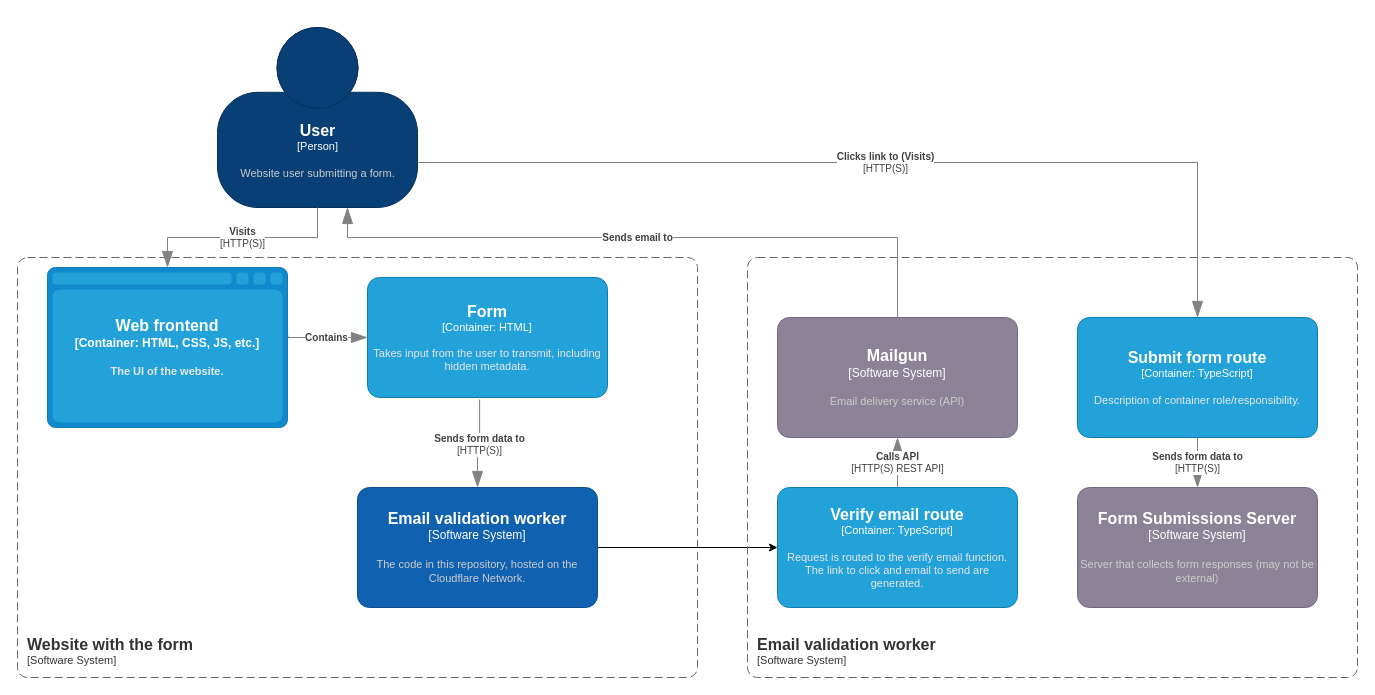
The draw.io diagram assets/cf-email-validator-worker.drawio in workitmakeit/email-validator, before the edit. Source tidied: cells renumbered, new cells numbered last; positions are measured from the earlier drawing's top-left corner, leaving out a move shared by most shapes. Both pictures are drawn from the tidied source at 100%, with x=0, y=0 at pixel (17, 27).
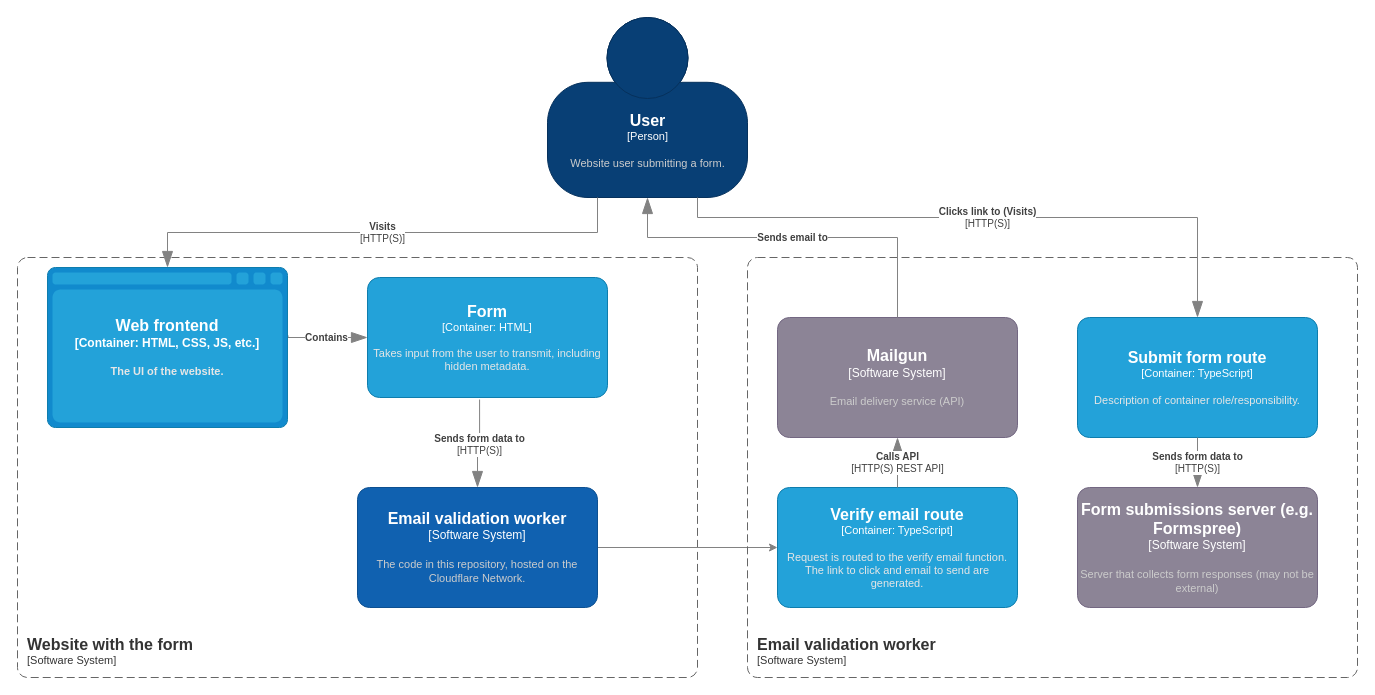
The same diagram, later.

Commit message (it also covers changes not shown here):
improve diagram

The change refers to these unchanged cells:
```xml
<object id="7" label="&lt;font style=&quot;font-size: 16px&quot;&gt;&lt;b&gt;%c4Name%&lt;/b&gt;&lt;/font&gt;&lt;div&gt;[%c4Type%]&lt;/div&gt;&lt;br&gt;&lt;div&gt;&lt;font style=&quot;font-size: 11px&quot;&gt;&lt;font color=&quot;#cccccc&quot;&gt;%c4Description%&lt;/font&gt;&lt;/div&gt;" c4Description="The code in this repository, hosted on the Cloudflare Network." c4Name="Email validation worker" c4Type="Software System" placeholders="1">
  <mxCell style="rounded=1;whiteSpace=wrap;html=1;labelBackgroundColor=none;fillColor=#1061B0;fontColor=#ffffff;align=center;arcSize=10;strokeColor=#0D5091;points=[[0.25,0,0],[0.5,0,0],[0.75,0,0],[1,0.25,0],[1,0.5,0],[1,0.75,0],[0.75,1,0],[0.5,1,0],[0.25,1,0],[0,0.75,0],[0,0.5,0],[0,0.25,0]];" parent="1" vertex="1">
    <mxGeometry x="340" y="460" width="240" height="120" as="geometry" />
  </mxCell>
</object>
<object id="10" label="&lt;font style=&quot;font-size: 16px&quot;&gt;&lt;b&gt;%c4Type%&lt;/font&gt;&lt;div&gt;[%c4Container%:&amp;nbsp;%c4Technology%]&lt;/div&gt;&lt;br&gt;&lt;div&gt;&lt;font style=&quot;font-size: 11px&quot;&gt;&lt;font color=&quot;#E6E6E6&quot;&gt;%c4Description%&lt;/font&gt;&lt;/div&gt;" c4Container="Container" c4Description="The UI of the website." c4Technology="HTML, CSS, JS, etc." c4Type="Web frontend" placeholders="1">
  <mxCell style="shape=mxgraph.c4.webBrowserContainer;whiteSpace=wrap;html=1;boundedLbl=1;rounded=0;labelBackgroundColor=none;fillColor=#118ACD;fontSize=12;fontColor=#ffffff;align=center;strokeColor=#0E7DAD;points=[[0.5,0,0],[1,0.25,0],[1,0.5,0],[1,0.75,0],[0.5,1,0],[0,0.75,0],[0,0.5,0],[0,0.25,0]];" parent="1" vertex="1">
    <mxGeometry x="30" y="240" width="240" height="160" as="geometry" />
  </mxCell>
</object>
<object id="12" label="&lt;font style=&quot;font-size: 16px&quot;&gt;&lt;b&gt;%c4Name%&lt;/b&gt;&lt;/font&gt;&lt;div&gt;[%c4Type%: %c4Technology%]&lt;/div&gt;&lt;br&gt;&lt;div&gt;&lt;font style=&quot;font-size: 11px&quot;&gt;&lt;font color=&quot;#E6E6E6&quot;&gt;%c4Description%&lt;/font&gt;&lt;/div&gt;" c4Description="Request is routed to the verify email function. The link to click and email to send are generated." c4Name="Verify email route" c4Technology="TypeScript" c4Type="Container" placeholders="1">
  <mxCell style="rounded=1;whiteSpace=wrap;html=1;fontSize=11;labelBackgroundColor=none;fillColor=#23A2D9;fontColor=#ffffff;align=center;arcSize=10;strokeColor=#0E7DAD;points=[[0.25,0,0],[0.5,0,0],[0.75,0,0],[1,0.25,0],[1,0.5,0],[1,0.75,0],[0.75,1,0],[0.5,1,0],[0.25,1,0],[0,0.75,0],[0,0.5,0],[0,0.25,0]];" parent="1" vertex="1">
    <mxGeometry x="760" y="460" width="240" height="120" as="geometry" />
  </mxCell>
</object>
<object id="13" label="&lt;font style=&quot;font-size: 16px&quot;&gt;&lt;b&gt;%c4Name%&lt;/b&gt;&lt;/font&gt;&lt;div&gt;[%c4Type%]&lt;/div&gt;&lt;br&gt;&lt;div&gt;&lt;font style=&quot;font-size: 11px&quot;&gt;&lt;font color=&quot;#cccccc&quot;&gt;%c4Description%&lt;/font&gt;&lt;/div&gt;" c4Description="Email delivery service (API)" c4Name="Mailgun" c4Type="Software System" placeholders="1">
  <mxCell style="rounded=1;whiteSpace=wrap;html=1;labelBackgroundColor=none;fillColor=#8C8496;fontColor=#ffffff;align=center;arcSize=10;strokeColor=#736782;points=[[0.25,0,0],[0.5,0,0],[0.75,0,0],[1,0.25,0],[1,0.5,0],[1,0.75,0],[0.75,1,0],[0.5,1,0],[0.25,1,0],[0,0.75,0],[0,0.5,0],[0,0.25,0]];" parent="1" vertex="1">
    <mxGeometry x="760" y="290" width="240" height="120" as="geometry" />
  </mxCell>
</object>
<object id="16" label="&lt;font style=&quot;font-size: 16px&quot;&gt;&lt;b&gt;%c4Name%&lt;/b&gt;&lt;/font&gt;&lt;div&gt;[%c4Type%: %c4Technology%]&lt;/div&gt;&lt;br&gt;&lt;div&gt;&lt;font style=&quot;font-size: 11px&quot;&gt;&lt;font color=&quot;#E6E6E6&quot;&gt;%c4Description%&lt;/font&gt;&lt;/div&gt;" c4Description="Description of container role/responsibility." c4Name="Submit form route" c4Technology="TypeScript" c4Type="Container" placeholders="1">
  <mxCell style="rounded=1;whiteSpace=wrap;html=1;fontSize=11;labelBackgroundColor=none;fillColor=#23A2D9;fontColor=#ffffff;align=center;arcSize=10;strokeColor=#0E7DAD;points=[[0.25,0,0],[0.5,0,0],[0.75,0,0],[1,0.25,0],[1,0.5,0],[1,0.75,0],[0.75,1,0],[0.5,1,0],[0.25,1,0],[0,0.75,0],[0,0.5,0],[0,0.25,0]];" parent="1" vertex="1">
    <mxGeometry x="1060" y="290" width="240" height="120" as="geometry" />
  </mxCell>
</object>
```

The edit, as a diff of the source:
```diff
@@
     <object id="2" label="&lt;font style=&quot;font-size: 16px&quot;&gt;&lt;b&gt;%c4Name%&lt;/b&gt;&lt;/font&gt;&lt;div&gt;[%c4Type%]&lt;/div&gt;&lt;br&gt;&lt;div&gt;&lt;font style=&quot;font-size: 11px&quot;&gt;&lt;font color=&quot;#cccccc&quot;&gt;%c4Description%&lt;/font&gt;&lt;/div&gt;" c4Description="Website user submitting a form." c4Name="User" c4Type="Person" placeholders="1">
       <mxCell style="html=1;fontSize=11;dashed=0;whitespace=wrap;fillColor=#083F75;strokeColor=#06315C;fontColor=#ffffff;shape=mxgraph.c4.person2;align=center;points=[[0.5,0,0],[1,0.5,0],[1,0.75,0],[0.75,1,0],[0.5,1,0],[0.25,1,0],[0,0.75,0],[0,0.5,0]];" parent="1" vertex="1">
-        <mxGeometry x="200" width="200" height="180" as="geometry" />
+        <mxGeometry x="530" y="-10" width="200" height="180" as="geometry" />
       </mxCell>
     </object>
@@
-    <mxCell id="6" style="edgeStyle=orthogonalEdgeStyle;rounded=0;jettySize=auto;html=1;exitX=1;exitY=0.5;exitDx=0;exitDy=0;exitPerimeter=0;entryX=0;entryY=0.5;entryDx=0;entryDy=0;entryPerimeter=0;" parent="1" edge="1" source="7" target="12">
+    <mxCell id="6" style="edgeStyle=orthogonalEdgeStyle;rounded=0;jettySize=auto;html=1;exitX=1;exitY=0.5;exitDx=0;exitDy=0;exitPerimeter=0;entryX=0;entryY=0.5;entryDx=0;entryDy=0;entryPerimeter=0;strokeColor=#828282;" parent="1" edge="1" source="7" target="12">
       <mxGeometry relative="1" as="geometry" />
     </mxCell>
@@
     <object id="11" label="&lt;div style=&quot;text-align: left&quot;&gt;&lt;div style=&quot;text-align: center&quot;&gt;&lt;b&gt;%c4Description%&lt;/b&gt;&lt;/div&gt;&lt;div style=&quot;text-align: center&quot;&gt;[%c4Technology%]&lt;/div&gt;&lt;/div&gt;" c4Description="Visits" c4Technology="HTTP(S)" placeholders="1">
-      <mxCell style="endArrow=blockThin;html=1;fontSize=10;fontColor=#404040;strokeWidth=1;endFill=1;strokeColor=#828282;elbow=vertical;endSize=14;startSize=14;jumpStyle=arc;jumpSize=16;rounded=0;edgeStyle=orthogonalEdgeStyle;exitX=0.5;exitY=1;exitDx=0;exitDy=0;exitPerimeter=0;entryX=0.5;entryY=0;entryDx=0;entryDy=0;entryPerimeter=0;" parent="1" edge="1" source="2" target="10">
+      <mxCell style="endArrow=blockThin;html=1;fontSize=10;fontColor=#404040;strokeWidth=1;endFill=1;strokeColor=#828282;elbow=vertical;endSize=14;startSize=14;jumpStyle=arc;jumpSize=16;rounded=0;edgeStyle=orthogonalEdgeStyle;exitX=0.25;exitY=1;exitDx=0;exitDy=0;exitPerimeter=0;entryX=0.5;entryY=0;entryDx=0;entryDy=0;entryPerimeter=0;" parent="1" edge="1" source="2" target="10">
         <mxGeometry relative="1" as="geometry" />
       </mxCell>
     </object>
@@
     <object id="15" label="&lt;div style=&quot;text-align: left&quot;&gt;&lt;div style=&quot;text-align: center&quot;&gt;&lt;b&gt;%c4Description%&lt;/b&gt;&lt;/div&gt;" c4Description="Sends email to" placeholders="1">
-      <mxCell style="endArrow=blockThin;html=1;fontSize=10;fontColor=#404040;strokeWidth=1;endFill=1;strokeColor=#828282;elbow=vertical;endSize=14;startSize=14;jumpStyle=arc;jumpSize=16;rounded=0;edgeStyle=orthogonalEdgeStyle;exitX=0.5;exitY=0;exitDx=0;exitDy=0;exitPerimeter=0;entryX=0.65;entryY=1;entryDx=0;entryDy=0;entryPerimeter=0;" parent="1" edge="1" source="13" target="2">
-        <mxGeometry x="0.03" relative="1" as="geometry">
+      <mxCell style="endArrow=blockThin;html=1;fontSize=10;fontColor=#404040;strokeWidth=1;endFill=1;strokeColor=#828282;elbow=vertical;endSize=14;startSize=14;jumpStyle=arc;jumpSize=16;rounded=0;edgeStyle=orthogonalEdgeStyle;exitX=0.5;exitY=0;exitDx=0;exitDy=0;exitPerimeter=0;entryX=0.5;entryY=1;entryDx=0;entryDy=0;entryPerimeter=0;" parent="1" edge="1" source="13" target="2">
+        <mxGeometry relative="1" as="geometry">
           <Array as="points">
             <mxPoint x="880" y="210" />
-            <mxPoint x="330" y="210" />
+            <mxPoint x="630" y="210" />
           </Array>
         </mxGeometry>
       </mxCell>
     </object>
@@
     <object id="17" label="&lt;div style=&quot;text-align: left&quot;&gt;&lt;div style=&quot;text-align: center&quot;&gt;&lt;b&gt;%c4Description%&lt;/b&gt;&lt;/div&gt;&lt;div style=&quot;text-align: center&quot;&gt;[%c4Technology%]&lt;/div&gt;&lt;/div&gt;" c4Description="Clicks link to (Visits)" c4Technology="HTTP(S)" placeholders="1">
-      <mxCell style="endArrow=blockThin;html=1;fontSize=10;fontColor=#404040;strokeWidth=1;endFill=1;strokeColor=#828282;elbow=vertical;endSize=14;startSize=14;jumpStyle=arc;jumpSize=16;rounded=0;edgeStyle=orthogonalEdgeStyle;exitX=1;exitY=0.75;exitDx=0;exitDy=0;exitPerimeter=0;entryX=0.5;entryY=0;entryDx=0;entryDy=0;entryPerimeter=0;" parent="1" edge="1" source="2" target="16">
-        <mxGeometry relative="1" as="geometry" />
+      <mxCell style="endArrow=blockThin;html=1;fontSize=10;fontColor=#404040;strokeWidth=1;endFill=1;strokeColor=#828282;elbow=vertical;endSize=14;startSize=14;jumpStyle=arc;jumpSize=16;rounded=0;edgeStyle=orthogonalEdgeStyle;exitX=0.75;exitY=1;exitDx=0;exitDy=0;exitPerimeter=0;entryX=0.5;entryY=0;entryDx=0;entryDy=0;entryPerimeter=0;" parent="1" edge="1" source="2" target="16">
+        <mxGeometry relative="1" as="geometry">
+          <Array as="points">
+            <mxPoint x="680" y="190" />
+            <mxPoint x="1180" y="190" />
+          </Array>
+        </mxGeometry>
       </mxCell>
     </object>
-    <object id="18" label="&lt;font style=&quot;font-size: 16px&quot;&gt;&lt;b&gt;%c4Name%&lt;/b&gt;&lt;/font&gt;&lt;div&gt;[%c4Type%]&lt;/div&gt;&lt;br&gt;&lt;div&gt;&lt;font style=&quot;font-size: 11px&quot;&gt;&lt;font color=&quot;#cccccc&quot;&gt;%c4Description%&lt;/font&gt;&lt;/div&gt;" c4Description="Server that collects form responses (may not be external)" c4Name="Form Submissions Server" c4Type="Software System" placeholders="1">
+    <object id="18" label="&lt;font style=&quot;font-size: 16px&quot;&gt;&lt;b&gt;%c4Name%&lt;/b&gt;&lt;/font&gt;&lt;div&gt;[%c4Type%]&lt;/div&gt;&lt;br&gt;&lt;div&gt;&lt;font style=&quot;font-size: 11px&quot;&gt;&lt;font color=&quot;#cccccc&quot;&gt;%c4Description%&lt;/font&gt;&lt;/div&gt;" c4Description="Server that collects form responses (may not be external)" c4Name="Form submissions server (e.g. Formspree)" c4Type="Software System" placeholders="1">
       <mxCell style="rounded=1;whiteSpace=wrap;html=1;labelBackgroundColor=none;fillColor=#8C8496;fontColor=#ffffff;align=center;arcSize=10;strokeColor=#736782;points=[[0.25,0,0],[0.5,0,0],[0.75,0,0],[1,0.25,0],[1,0.5,0],[1,0.75,0],[0.75,1,0],[0.5,1,0],[0.25,1,0],[0,0.75,0],[0,0.5,0],[0,0.25,0]];" parent="1" vertex="1">
         <mxGeometry x="1060" y="460" width="240" height="120" as="geometry" />
       </mxCell>
     </object>
```
